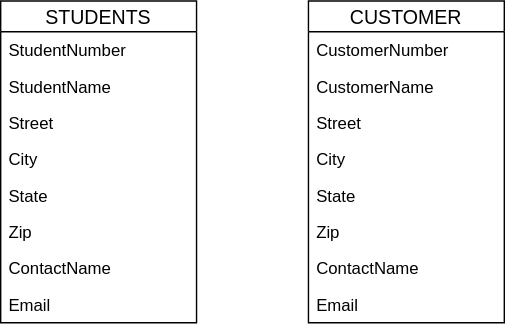
The draw.io diagram Sixth Diagram.svg in mhsn06/projectA-database, before a commit. Source tidied: cells renumbered, new cells last; positions are measured from the earlier drawing's top-left corner, leaving out a move shared by most shapes.
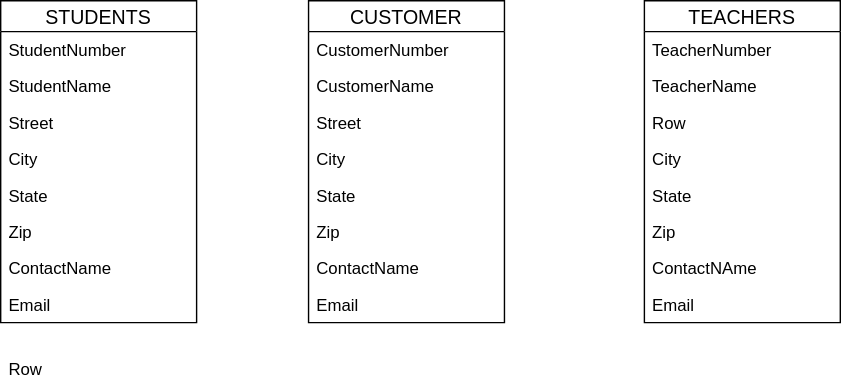
Later version of the same file.

Commit message:
ki je banaisi diagram

Diff of the diagram source:
```diff
@@ -56,5 +56,35 @@
     <mxCell id="19" value="Email" style="text;strokeColor=none;fillColor=none;spacingLeft=4;spacingRight=4;overflow=hidden;fontSize=12;" parent="11" vertex="1">
       <mxGeometry y="204" width="140" height="26" as="geometry" />
     </mxCell>
+    <mxCell id="20" value="TEACHERS" style="swimlane;fontStyle=0;horizontal=1;startSize=22;fillColor=none;swimlaneFillColor=#ffffff;align=center;fontSize=14;" parent="1" vertex="1">
+      <mxGeometry x="460" width="140" height="230" as="geometry" />
+    </mxCell>
+    <mxCell id="21" value="TeacherNumber" style="text;strokeColor=none;fillColor=none;spacingLeft=4;spacingRight=4;overflow=hidden;fontSize=12;" parent="20" vertex="1">
+      <mxGeometry y="22" width="140" height="26" as="geometry" />
+    </mxCell>
+    <mxCell id="22" value="TeacherName" style="text;strokeColor=none;fillColor=none;spacingLeft=4;spacingRight=4;overflow=hidden;fontSize=12;" parent="20" vertex="1">
+      <mxGeometry y="48" width="140" height="26" as="geometry" />
+    </mxCell>
+    <mxCell id="23" value="Row" style="text;strokeColor=none;fillColor=none;spacingLeft=4;spacingRight=4;overflow=hidden;fontSize=12;" parent="20" vertex="1">
+      <mxGeometry y="74" width="140" height="26" as="geometry" />
+    </mxCell>
+    <mxCell id="24" value="City" style="text;strokeColor=none;fillColor=none;spacingLeft=4;spacingRight=4;overflow=hidden;fontSize=12;" parent="20" vertex="1">
+      <mxGeometry y="100" width="140" height="26" as="geometry" />
+    </mxCell>
+    <mxCell id="25" value="State" style="text;strokeColor=none;fillColor=none;spacingLeft=4;spacingRight=4;overflow=hidden;fontSize=12;" parent="20" vertex="1">
+      <mxGeometry y="126" width="140" height="26" as="geometry" />
+    </mxCell>
+    <mxCell id="26" value="Zip" style="text;strokeColor=none;fillColor=none;spacingLeft=4;spacingRight=4;overflow=hidden;fontSize=12;" parent="20" vertex="1">
+      <mxGeometry y="152" width="140" height="26" as="geometry" />
+    </mxCell>
+    <mxCell id="27" value="ContactNAme" style="text;strokeColor=none;fillColor=none;spacingLeft=4;spacingRight=4;overflow=hidden;fontSize=12;" parent="20" vertex="1">
+      <mxGeometry y="178" width="140" height="26" as="geometry" />
+    </mxCell>
+    <mxCell id="28" value="Email" style="text;strokeColor=none;fillColor=none;spacingLeft=4;spacingRight=4;overflow=hidden;fontSize=12;" parent="20" vertex="1">
+      <mxGeometry y="204" width="140" height="26" as="geometry" />
+    </mxCell>
+    <mxCell id="29" value="Row" style="text;strokeColor=none;fillColor=none;spacingLeft=4;spacingRight=4;overflow=hidden;fontSize=12;" parent="1" vertex="1">
+      <mxGeometry y="250" width="40" height="26" as="geometry" />
+    </mxCell>
   </root>
 </mxGraphModel>
```
